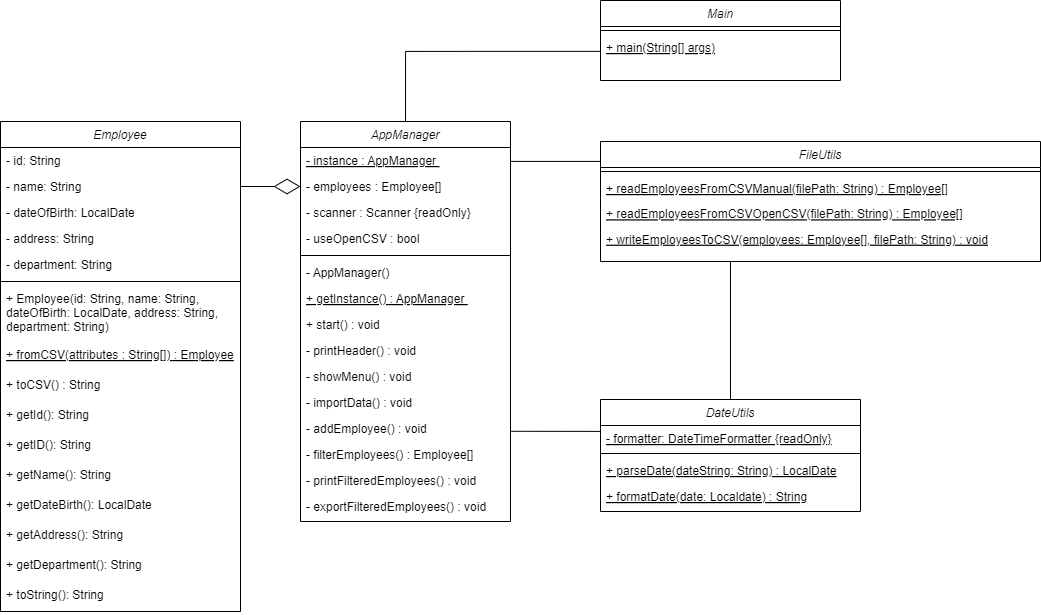
This is Lecture 02/img/ClassDiagram.png from mikeleo03/SpringBoot-Angular-Software-Documentation, a draw.io export, as it was before one commit. Source tidied: cells renumbered, new cells last; positions are measured from the earlier drawing's top-left corner, leaving out a move shared by most shapes.
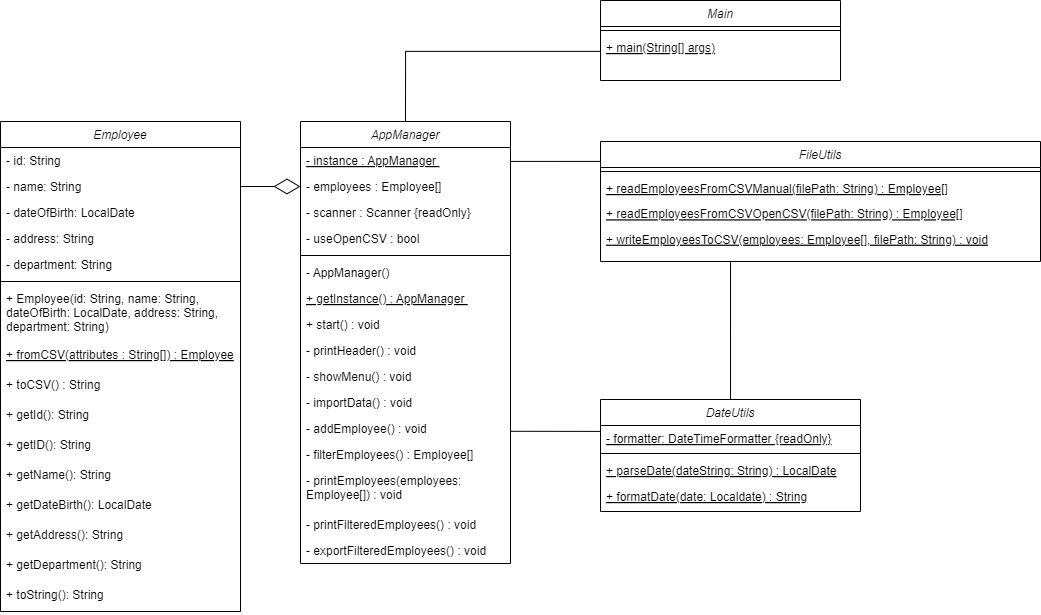
The same file after the commit.

Commit message:
[Refactor] Refine class diagram

The edit, as a diff of the source:
```diff
@@ -95,7 +95,7 @@
       <mxGeometry relative="1" as="geometry" />
     </mxCell>
     <mxCell id="32" value="AppManager" style="swimlane;fontStyle=2;align=center;verticalAlign=top;horizontal=1;startSize=26;rounded=0;shadow=0;strokeWidth=1;" parent="1" vertex="1">
-      <mxGeometry x="300" y="121" width="210" height="400" as="geometry" />
+      <mxGeometry x="300" y="121" width="210" height="442" as="geometry" />
     </mxCell>
     <mxCell id="33" value="- instance : AppManager " style="text;align=left;verticalAlign=top;spacingLeft=4;spacingRight=4;overflow=hidden;points=[[0,0.5],[1,0.5]];portConstraint=eastwest;fontStyle=4;" parent="32" vertex="1">
       <mxGeometry y="26" width="210" height="26" as="geometry" />
@@ -136,11 +136,14 @@
     <mxCell id="45" value="- filterEmployees() : Employee[]" style="text;align=left;verticalAlign=top;spacingLeft=4;spacingRight=4;overflow=hidden;fontStyle=0;" parent="32" vertex="1">
       <mxGeometry y="320" width="210" height="26" as="geometry" />
     </mxCell>
-    <mxCell id="46" value="- printFilteredEmployees() : void" style="text;align=left;verticalAlign=top;spacingLeft=4;spacingRight=4;overflow=hidden;fontStyle=0;" parent="32" vertex="1">
-      <mxGeometry y="346" width="210" height="26" as="geometry" />
+    <mxCell id="46" value="- printEmployees(employees: &#10;Employee[]) : void" style="text;align=left;verticalAlign=top;spacingLeft=4;spacingRight=4;overflow=hidden;fontStyle=0;" parent="32" vertex="1">
+      <mxGeometry y="346" width="210" height="44" as="geometry" />
     </mxCell>
+    <mxCell id="55" value="- printFilteredEmployees() : void" style="text;align=left;verticalAlign=top;spacingLeft=4;spacingRight=4;overflow=hidden;fontStyle=0;" parent="32" vertex="1">
+      <mxGeometry y="390" width="210" height="26" as="geometry" />
+    </mxCell>
     <mxCell id="47" value="- exportFilteredEmployees() : void" style="text;align=left;verticalAlign=top;spacingLeft=4;spacingRight=4;overflow=hidden;fontStyle=0;" parent="32" vertex="1">
-      <mxGeometry y="372" width="210" height="26" as="geometry" />
+      <mxGeometry y="416" width="210" height="26" as="geometry" />
     </mxCell>
     <mxCell id="48" value="Main" style="swimlane;fontStyle=2;align=center;verticalAlign=top;horizontal=1;startSize=26;rounded=0;shadow=0;strokeWidth=1;" parent="1" vertex="1">
       <mxGeometry x="600" width="240" height="80" as="geometry" />
```
